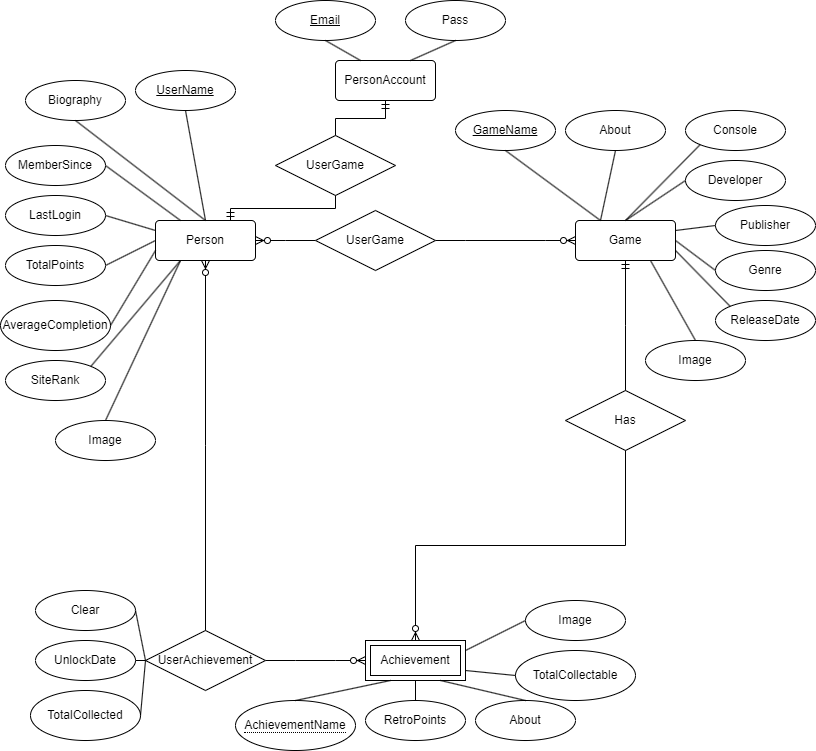
Before: Diagrams/Base de Dados.drawio.png, a diagram exported from draw.io (Spectroviper/ProjectoFinal). Source tidied: cells renumbered, new cells last; positions are measured from the earlier drawing's top-left corner, leaving out a move shared by most shapes.
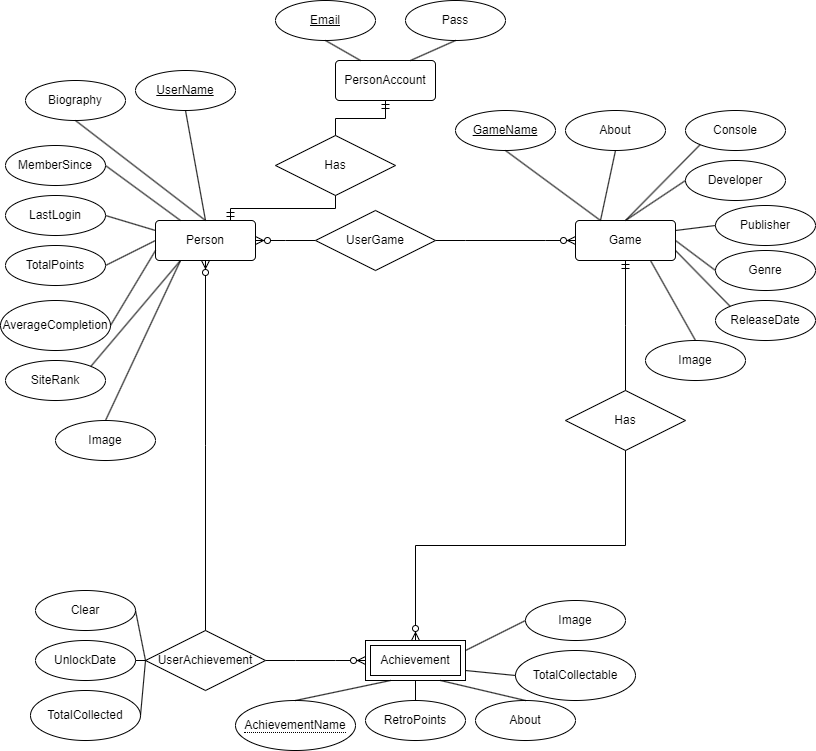
The same file after the commit.

Diff of the diagram source:
```diff
@@ -197,7 +197,7 @@
     <mxCell id="66" style="endArrow=none;html=1;rounded=0;exitX=0.5;exitY=1;exitDx=0;exitDy=0;entryX=0.75;entryY=0;entryDx=0;entryDy=0;" parent="1" edge="1" source="65" target="62">
       <mxGeometry relative="1" as="geometry" />
     </mxCell>
-    <mxCell id="67" value="UserGame" style="shape=rhombus;perimeter=rhombusPerimeter;whiteSpace=wrap;html=1;align=center;" parent="1" vertex="1">
+    <mxCell id="67" value="Has" style="shape=rhombus;perimeter=rhombusPerimeter;whiteSpace=wrap;html=1;align=center;" parent="1" vertex="1">
       <mxGeometry x="275" y="135" width="120" height="60" as="geometry" />
     </mxCell>
     <mxCell id="68" style="edgeStyle=elbowEdgeStyle;fontSize=12;html=1;endArrow=ERmandOne;rounded=0;exitX=0.5;exitY=1;exitDx=0;exitDy=0;entryX=0.75;entryY=0;entryDx=0;entryDy=0;elbow=vertical;" parent="1" edge="1" source="67" target="12">
```
